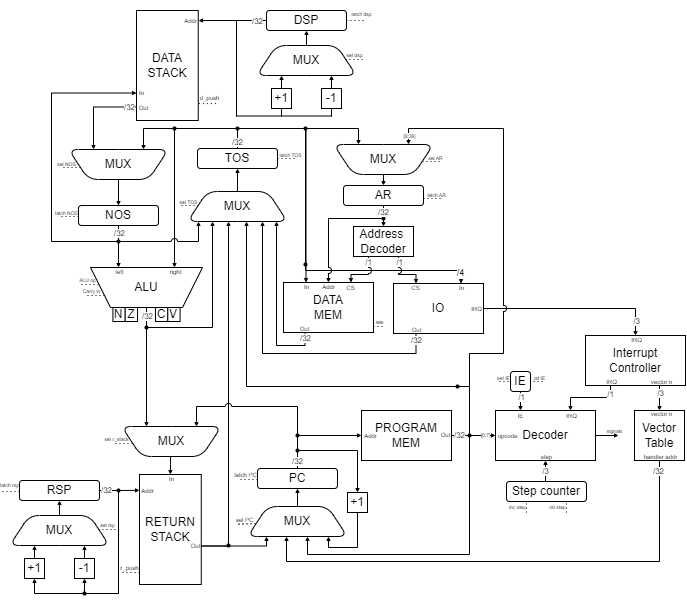
Above: docs/scheme/scheme.png in lysmux/csa-ak-4 (draw.io), before the change. Source tidied: cells renumbered, new cells last; positions are measured from the earlier drawing's top-left corner, leaving out a move shared by most shapes.
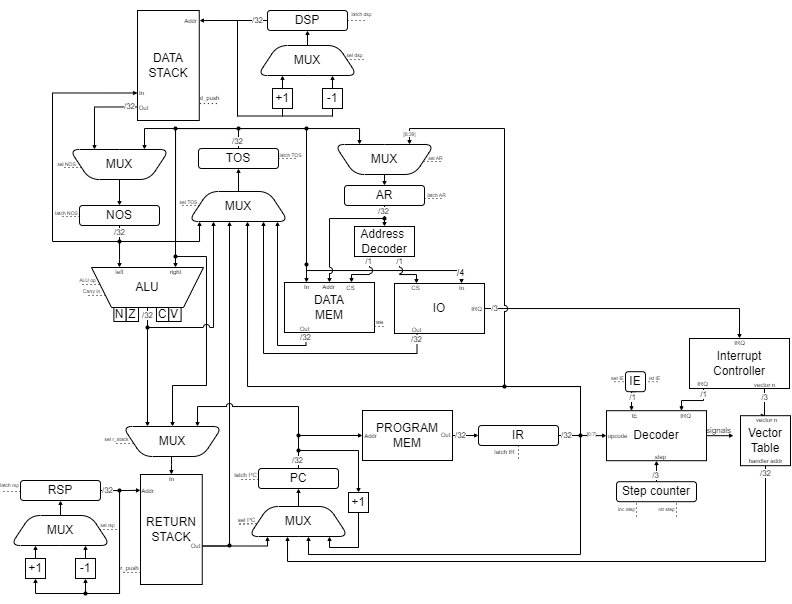
Above is the later version.

What changed in the source:
```diff
@@ -86,6 +86,18 @@
         </Array>
       </mxGeometry>
     </mxCell>
+    <mxCell id="199" style="edgeStyle=orthogonalEdgeStyle;rounded=0;jettySize=auto;html=1;exitX=0.5;exitY=0;exitDx=0;exitDy=0;endSize=2;entryX=0.5;entryY=1;entryDx=0;entryDy=0;jumpStyle=arc;" parent="1" edge="1" source="20" target="120">
+      <mxGeometry relative="1" as="geometry">
+        <Array as="points">
+          <mxPoint x="235" y="129" />
+          <mxPoint x="172" y="129" />
+          <mxPoint x="172" y="257" />
+          <mxPoint x="203" y="257" />
+          <mxPoint x="203" y="386" />
+          <mxPoint x="169" y="386" />
+        </Array>
+      </mxGeometry>
+    </mxCell>
     <mxCell id="20" value="TOS" style="rounded=1;whiteSpace=wrap;html=1;" parent="1" vertex="1">
       <mxGeometry x="195" y="149" width="80" height="20" as="geometry" />
     </mxCell>
@@ -148,7 +160,7 @@
     </mxCell>
     <mxCell id="31" value="&lt;font&gt;/3&lt;/font&gt;" style="edgeLabel;html=1;align=center;verticalAlign=middle;fontSize=8;" parent="30" vertex="1">
       <mxGeometry x="0.81" relative="1" as="geometry">
-        <mxPoint y="2" as="offset" />
+        <mxPoint x="-245" y="-4" as="offset" />
       </mxGeometry>
     </mxCell>
     <mxCell id="32" value="IO" style="whiteSpace=wrap;html=1;direction=north;" parent="1" vertex="1">
@@ -256,7 +268,7 @@
     <mxCell id="56" style="endArrow=classic;html=1;rounded=0;entryX=0.5;entryY=0;entryDx=0;entryDy=0;exitX=0.5;exitY=0;exitDx=0;exitDy=0;endFill=1;endSize=2;startSize=2;" parent="1" edge="1" source="29" target="28">
       <mxGeometry relative="1" as="geometry" />
     </mxCell>
-    <mxCell id="57" style="edgeStyle=orthogonalEdgeStyle;rounded=0;jettySize=auto;html=1;exitX=0.5;exitY=0;exitDx=0;exitDy=0;entryX=0.25;entryY=1;entryDx=0;entryDy=0;endSize=2;entryPerimeter=0;" parent="1" edge="1" source="45" target="25">
+    <mxCell id="57" style="edgeStyle=orthogonalEdgeStyle;rounded=0;jettySize=auto;html=1;exitX=0.5;exitY=0;exitDx=0;exitDy=0;entryX=0.25;entryY=1;entryDx=0;entryDy=0;endSize=2;entryPerimeter=0;jumpStyle=arc;" parent="1" edge="1" source="45" target="25">
       <mxGeometry relative="1" as="geometry">
         <Array as="points">
           <mxPoint x="144" y="328" />
@@ -403,7 +415,7 @@
         <mxPoint x="-1" y="2" as="offset" />
       </mxGeometry>
     </mxCell>
-    <mxCell id="89" style="edgeStyle=orthogonalEdgeStyle;rounded=0;jettySize=auto;html=1;entryX=0;entryY=0.5;entryDx=0;entryDy=0;endSize=2;" parent="1" edge="1" source="152" target="109">
+    <mxCell id="89" style="edgeStyle=orthogonalEdgeStyle;rounded=0;jettySize=auto;html=1;entryX=0;entryY=0.5;entryDx=0;entryDy=0;endSize=2;exitX=1;exitY=0.5;exitDx=0;exitDy=0;" parent="1" edge="1" source="204" target="109">
       <mxGeometry relative="1" as="geometry" />
     </mxCell>
     <mxCell id="90" value="&lt;font&gt;[0:7]&lt;/font&gt;" style="edgeLabel;html=1;align=center;verticalAlign=middle;fontSize=5;" parent="89" vertex="1">
@@ -411,12 +423,12 @@
         <mxPoint x="-6" y="-2" as="offset" />
       </mxGeometry>
     </mxCell>
-    <mxCell id="91" style="edgeStyle=orthogonalEdgeStyle;rounded=0;jettySize=auto;html=1;exitX=0.5;exitY=0;exitDx=0;exitDy=0;entryX=0.25;entryY=1;entryDx=0;entryDy=0;jumpStyle=arc;endSize=2;" parent="1" edge="1" source="93" target="29">
+    <mxCell id="91" style="edgeStyle=orthogonalEdgeStyle;rounded=0;jettySize=auto;html=1;exitX=1;exitY=0.5;exitDx=0;exitDy=0;entryX=0.25;entryY=1;entryDx=0;entryDy=0;jumpStyle=arc;endSize=2;" parent="1" edge="1" source="204" target="29">
       <mxGeometry relative="1" as="geometry">
         <Array as="points">
-          <mxPoint x="467" y="436" />
-          <mxPoint x="467" y="354" />
-          <mxPoint x="501" y="354" />
+          <mxPoint x="577" y="436" />
+          <mxPoint x="577" y="387" />
+          <mxPoint x="501" y="387" />
           <mxPoint x="501" y="129" />
           <mxPoint x="406" y="129" />
         </Array>
@@ -427,6 +439,9 @@
         <mxPoint y="-1" as="offset" />
       </mxGeometry>
     </mxCell>
+    <mxCell id="200" style="edgeStyle=orthogonalEdgeStyle;rounded=0;jettySize=auto;html=1;exitX=0.5;exitY=0;exitDx=0;exitDy=0;entryX=0;entryY=0.5;entryDx=0;entryDy=0;endSize=2;" parent="1" edge="1" source="93" target="204">
+      <mxGeometry relative="1" as="geometry" />
+    </mxCell>
     <mxCell id="93" value="&lt;div&gt;PROGRAM&lt;/div&gt;&lt;div&gt;MEM&lt;/div&gt;" style="whiteSpace=wrap;html=1;direction=south;" parent="1" vertex="1">
       <mxGeometry x="359" y="411" width="90" height="50" as="geometry" />
     </mxCell>
@@ -499,11 +514,11 @@
     </mxCell>
     <mxCell id="108" style="edgeStyle=orthogonalEdgeStyle;rounded=0;jettySize=auto;html=1;exitX=1;exitY=0.5;exitDx=0;exitDy=0;endSize=2;" parent="1" edge="1" source="109">
       <mxGeometry relative="1" as="geometry">
-        <mxPoint x="616" y="436" as="targetPoint" />
+        <mxPoint x="730" y="436.2" as="targetPoint" />
       </mxGeometry>
     </mxCell>
     <mxCell id="109" value="Decoder" style="rounded=0;whiteSpace=wrap;html=1;" parent="1" vertex="1">
-      <mxGeometry x="493" y="411" width="100" height="50" as="geometry" />
+      <mxGeometry x="603" y="411.2" width="100" height="50" as="geometry" />
     </mxCell>
     <mxCell id="110" style="edgeStyle=orthogonalEdgeStyle;rounded=0;jettySize=auto;html=1;exitX=0.5;exitY=0;exitDx=0;exitDy=0;entryX=0.25;entryY=1;entryDx=0;entryDy=0;endSize=2;jumpStyle=arc;" parent="1" edge="1" source="113" target="120">
       <mxGeometry relative="1" as="geometry">
@@ -528,12 +543,10 @@
     <mxCell id="113" value="PC" style="rounded=1;whiteSpace=wrap;html=1;" parent="1" vertex="1">
       <mxGeometry x="255" y="469" width="80" height="20" as="geometry" />
     </mxCell>
-    <mxCell id="114" style="edgeStyle=orthogonalEdgeStyle;rounded=0;jettySize=auto;html=1;exitX=0.75;exitY=1;exitDx=0;exitDy=0;entryX=0.5;entryY=0;entryDx=0;entryDy=0;endSize=2;" parent="1" edge="1" target="130">
+    <mxCell id="114" style="edgeStyle=orthogonalEdgeStyle;rounded=0;jettySize=auto;html=1;exitX=0.75;exitY=1;exitDx=0;exitDy=0;entryX=0.5;entryY=0;entryDx=0;entryDy=0;endSize=2;" parent="1" edge="1" source="118" target="130">
       <mxGeometry relative="1" as="geometry">
-        <mxPoint x="657" y="386" as="sourcePoint" />
         <Array as="points">
-          <mxPoint x="657" y="409" />
-          <mxPoint x="657" y="409" />
+          <mxPoint x="761" y="416" />
         </Array>
       </mxGeometry>
     </mxCell>
@@ -545,18 +558,19 @@
     <mxCell id="116" style="edgeStyle=orthogonalEdgeStyle;rounded=0;jettySize=auto;html=1;exitX=0.25;exitY=1;exitDx=0;exitDy=0;entryX=0.75;entryY=0;entryDx=0;entryDy=0;endSize=2;" parent="1" edge="1" source="118" target="109">
       <mxGeometry relative="1" as="geometry">
         <Array as="points">
-          <mxPoint x="608" y="398" />
-          <mxPoint x="568" y="398" />
+          <mxPoint x="700" y="389" />
+          <mxPoint x="700" y="401" />
+          <mxPoint x="678" y="401" />
         </Array>
       </mxGeometry>
     </mxCell>
     <mxCell id="117" value="/1" style="edgeLabel;html=1;align=center;verticalAlign=middle;fontSize=8;" parent="116" vertex="1">
       <mxGeometry x="0.67" relative="1" as="geometry">
-        <mxPoint x="39" y="-6" as="offset" />
+        <mxPoint x="22" y="-8" as="offset" />
       </mxGeometry>
     </mxCell>
     <mxCell id="118" value="Interrupt&lt;div&gt;Controller&lt;/div&gt;" style="rounded=0;whiteSpace=wrap;html=1;" parent="1" vertex="1">
-      <mxGeometry x="583" y="336" width="100" height="50" as="geometry" />
+      <mxGeometry x="686" y="339" width="100" height="50" as="geometry" />
     </mxCell>
     <mxCell id="119" style="edgeStyle=orthogonalEdgeStyle;rounded=0;jettySize=auto;html=1;entryX=0.5;entryY=0;entryDx=0;entryDy=0;endSize=2;" parent="1" edge="1" source="120" target="105">
       <mxGeometry relative="1" as="geometry">
@@ -597,11 +611,11 @@
         <mxPoint x="-24" as="offset" />
       </mxGeometry>
     </mxCell>
-    <mxCell id="128" style="edgeStyle=orthogonalEdgeStyle;rounded=0;jettySize=auto;html=1;entryX=0.6;entryY=1;entryDx=0;entryDy=0;exitX=0.5;exitY=0;exitDx=0;exitDy=0;endSize=2;entryPerimeter=0;" parent="1" edge="1" source="93" target="123">
+    <mxCell id="128" style="edgeStyle=orthogonalEdgeStyle;rounded=0;jettySize=auto;html=1;entryX=0.6;entryY=1;entryDx=0;entryDy=0;exitX=1;exitY=0.5;exitDx=0;exitDy=0;endSize=2;entryPerimeter=0;" parent="1" edge="1" source="204" target="123">
       <mxGeometry relative="1" as="geometry">
         <Array as="points">
-          <mxPoint x="467" y="436" />
-          <mxPoint x="467" y="555" />
+          <mxPoint x="577" y="436" />
+          <mxPoint x="577" y="555" />
           <mxPoint x="305" y="555" />
         </Array>
       </mxGeometry>
@@ -609,33 +623,36 @@
     <mxCell id="129" style="edgeStyle=orthogonalEdgeStyle;rounded=0;jettySize=auto;html=1;entryX=0.39;entryY=1;entryDx=0;entryDy=0;endSize=2;entryPerimeter=0;exitX=0.5;exitY=1;exitDx=0;exitDy=0;" parent="1" edge="1" source="130" target="123">
       <mxGeometry relative="1" as="geometry">
         <Array as="points">
-          <mxPoint x="657" y="562" />
+          <mxPoint x="762" y="562" />
           <mxPoint x="284" y="562" />
         </Array>
       </mxGeometry>
     </mxCell>
+    <mxCell id="201" value="/32" style="edgeLabel;html=1;align=center;verticalAlign=middle;fontSize=8;" parent="129" vertex="1">
+      <mxGeometry x="-0.98" relative="1" as="geometry" />
+    </mxCell>
     <mxCell id="130" value="Vector&lt;div&gt;Table&lt;/div&gt;" style="rounded=0;whiteSpace=wrap;html=1;" parent="1" vertex="1">
-      <mxGeometry x="632" y="411" width="50" height="50" as="geometry" />
+      <mxGeometry x="737" y="416.2" width="50" height="50" as="geometry" />
     </mxCell>
     <mxCell id="131" value="&lt;font style=&quot;font-size: 6px;&quot;&gt;IRQ&lt;/font&gt;" style="edgeLabel;html=1;align=center;verticalAlign=bottom;labelPosition=center;verticalLabelPosition=top;labelBackgroundColor=none;spacing=0;" parent="1" vertex="1">
-      <mxGeometry x="632" y="345" as="geometry">
+      <mxGeometry x="735" y="348" as="geometry">
         <mxPoint x="1" as="offset" />
       </mxGeometry>
     </mxCell>
-    <mxCell id="132" style="edgeStyle=orthogonalEdgeStyle;rounded=0;jettySize=auto;html=1;entryX=0.5;entryY=1;entryDx=0;entryDy=0;endSize=2;" parent="1" edge="1" source="133" target="109">
+    <mxCell id="132" style="edgeStyle=orthogonalEdgeStyle;rounded=0;jettySize=auto;html=1;entryX=0.5;entryY=1;entryDx=0;entryDy=0;endSize=2;exitX=0.5;exitY=0;exitDx=0;exitDy=0;" parent="1" edge="1" source="133" target="109">
       <mxGeometry relative="1" as="geometry">
         <Array as="points">
-          <mxPoint x="543" y="472" />
-          <mxPoint x="543" y="472" />
+          <mxPoint x="653" y="477" />
+          <mxPoint x="653" y="477" />
         </Array>
       </mxGeometry>
     </mxCell>
     <mxCell id="133" value="Step counter" style="rounded=1;whiteSpace=wrap;html=1;" parent="1" vertex="1">
-      <mxGeometry x="504" y="482" width="80" height="20" as="geometry" />
+      <mxGeometry x="613" y="482.2" width="80" height="20" as="geometry" />
     </mxCell>
     <mxCell id="134" style="endArrow=none;dashed=1;html=1;dashPattern=1 3;strokeWidth=1;rounded=0;entryX=0.25;entryY=1;entryDx=0;entryDy=0;" parent="1" edge="1" target="133">
       <mxGeometry relative="1" as="geometry">
-        <mxPoint x="524" y="513" as="sourcePoint" />
+        <mxPoint x="633" y="517" as="sourcePoint" />
       </mxGeometry>
     </mxCell>
     <mxCell id="135" value="&lt;span style=&quot;font-size: 5px;&quot;&gt;inc step&lt;/span&gt;" style="edgeLabel;html=1;align=center;verticalAlign=bottom;labelPosition=center;verticalLabelPosition=top;labelBackgroundColor=none;" parent="134" vertex="1">
@@ -645,7 +662,7 @@
     </mxCell>
     <mxCell id="136" style="endArrow=none;dashed=1;html=1;dashPattern=1 3;strokeWidth=1;rounded=0;entryX=0.75;entryY=1;entryDx=0;entryDy=0;" parent="1" edge="1" target="133">
       <mxGeometry relative="1" as="geometry">
-        <mxPoint x="564" y="513" as="sourcePoint" />
+        <mxPoint x="673" y="517" as="sourcePoint" />
       </mxGeometry>
     </mxCell>
     <mxCell id="137" value="&lt;span style=&quot;font-size: 5px;&quot;&gt;rst step&lt;/span&gt;" style="edgeLabel;html=1;align=center;verticalAlign=bottom;labelPosition=center;verticalLabelPosition=top;labelBackgroundColor=none;" parent="136" vertex="1">
@@ -659,22 +676,22 @@
       </mxGeometry>
     </mxCell>
     <mxCell id="139" value="&lt;font style=&quot;font-size: 6px;&quot;&gt;vector n&lt;/font&gt;" style="edgeLabel;html=1;align=center;verticalAlign=bottom;labelPosition=center;verticalLabelPosition=top;labelBackgroundColor=none;spacing=0;" parent="1" vertex="1">
-      <mxGeometry x="657" y="419" as="geometry">
+      <mxGeometry x="762" y="425" as="geometry">
         <mxPoint x="1" as="offset" />
       </mxGeometry>
     </mxCell>
     <mxCell id="140" value="&lt;font style=&quot;font-size: 6px;&quot;&gt;vector n&lt;/font&gt;" style="edgeLabel;html=1;align=center;verticalAlign=bottom;labelPosition=center;verticalLabelPosition=top;labelBackgroundColor=none;spacing=0;" parent="1" vertex="1">
-      <mxGeometry x="657" y="387" as="geometry">
+      <mxGeometry x="760" y="390" as="geometry">
         <mxPoint x="1" as="offset" />
       </mxGeometry>
     </mxCell>
     <mxCell id="141" value="&lt;font style=&quot;font-size: 6px;&quot;&gt;step&lt;/font&gt;" style="edgeLabel;html=1;align=center;verticalAlign=bottom;labelPosition=center;verticalLabelPosition=top;labelBackgroundColor=none;spacing=0;" parent="1" vertex="1">
-      <mxGeometry x="542" y="462" as="geometry">
+      <mxGeometry x="656" y="462.2" as="geometry">
         <mxPoint x="1" as="offset" />
       </mxGeometry>
     </mxCell>
     <mxCell id="142" value="&lt;font style=&quot;font-size: 6px;&quot;&gt;opcode&lt;/font&gt;" style="edgeLabel;html=1;align=center;verticalAlign=bottom;labelPosition=center;verticalLabelPosition=top;labelBackgroundColor=none;spacing=0;" parent="1" vertex="1">
-      <mxGeometry x="503" y="441" as="geometry">
+      <mxGeometry x="613" y="441.2" as="geometry">
         <mxPoint x="1" as="offset" />
       </mxGeometry>
     </mxCell>
@@ -682,11 +699,11 @@
       <mxGeometry relative="1" as="geometry" />
     </mxCell>
     <mxCell id="144" value="IE" style="rounded=1;whiteSpace=wrap;html=1;" parent="1" vertex="1">
-      <mxGeometry x="508" y="372" width="20" height="20" as="geometry" />
+      <mxGeometry x="622" y="372.2" width="20" height="20" as="geometry" />
     </mxCell>
     <mxCell id="145" style="endArrow=none;dashed=1;html=1;dashPattern=1 3;strokeWidth=1;rounded=0;entryX=0;entryY=0.5;entryDx=0;entryDy=0;" parent="1" edge="1" target="144">
       <mxGeometry relative="1" as="geometry">
-        <mxPoint x="497" y="382" as="sourcePoint" />
+        <mxPoint x="611" y="382.2" as="sourcePoint" />
       </mxGeometry>
     </mxCell>
     <mxCell id="146" value="&lt;span style=&quot;font-size: 5px;&quot;&gt;set IE&lt;/span&gt;" style="edgeLabel;html=1;align=center;verticalAlign=bottom;labelPosition=center;verticalLabelPosition=top;labelBackgroundColor=none;" parent="145" vertex="1">
@@ -696,8 +713,8 @@
     </mxCell>
     <mxCell id="147" style="endArrow=none;dashed=1;html=1;dashPattern=1 3;strokeWidth=1;rounded=0;" parent="1" edge="1">
       <mxGeometry relative="1" as="geometry">
-        <mxPoint x="531" y="382" as="sourcePoint" />
-        <mxPoint x="543" y="382" as="targetPoint" />
+        <mxPoint x="645" y="382.2" as="sourcePoint" />
+        <mxPoint x="657" y="382.2" as="targetPoint" />
       </mxGeometry>
     </mxCell>
     <mxCell id="148" value="&lt;span style=&quot;font-size: 5px;&quot;&gt;rst IE&lt;/span&gt;" style="edgeLabel;html=1;align=center;verticalAlign=bottom;labelPosition=center;verticalLabelPosition=top;labelBackgroundColor=none;" parent="147" vertex="1">
@@ -705,22 +722,19 @@
         <mxPoint x="-1" y="3" as="offset" />
       </mxGeometry>
     </mxCell>
-    <mxCell id="149" value="&lt;span style=&quot;font-size: 5px;&quot;&gt;signals&lt;/span&gt;" style="edgeLabel;html=1;align=center;verticalAlign=bottom;labelPosition=center;verticalLabelPosition=top;labelBackgroundColor=none;" parent="1" vertex="1">
-      <mxGeometry x="611" y="438" as="geometry" />
+    <mxCell id="149" value="&lt;font&gt;signals&lt;/font&gt;" style="edgeLabel;html=1;align=center;verticalAlign=bottom;labelPosition=center;verticalLabelPosition=top;labelBackgroundColor=none;fontSize=8;" parent="1" vertex="1">
+      <mxGeometry x="715" y="438.2" as="geometry" />
     </mxCell>
     <mxCell id="150" value="&lt;font style=&quot;font-size: 6px;&quot;&gt;IRQ&lt;/font&gt;" style="edgeLabel;html=1;align=center;verticalAlign=bottom;labelPosition=center;verticalLabelPosition=top;labelBackgroundColor=none;spacing=0;" parent="1" vertex="1">
-      <mxGeometry x="607" y="387" as="geometry">
+      <mxGeometry x="698" y="389" as="geometry">
         <mxPoint x="1" as="offset" />
       </mxGeometry>
     </mxCell>
     <mxCell id="151" value="&lt;span style=&quot;font-size: 6px;&quot;&gt;IRQ&lt;/span&gt;" style="edgeLabel;html=1;align=center;verticalAlign=bottom;labelPosition=center;verticalLabelPosition=top;labelBackgroundColor=none;spacing=0;" parent="1" vertex="1">
-      <mxGeometry x="567" y="421" as="geometry">
+      <mxGeometry x="681" y="421.2" as="geometry">
         <mxPoint x="1" as="offset" />
       </mxGeometry>
     </mxCell>
-    <mxCell id="152" style="shape=waypoint;sketch=0;fillStyle=solid;size=6;points=[];fillColor=none;perimeter=centerPerimeter;snapToPoint=1;strokeWidth=0;" parent="1" vertex="1">
-      <mxGeometry x="457" y="426" width="20" height="20" as="geometry" />
-    </mxCell>
     <mxCell id="153" style="shape=waypoint;sketch=0;fillStyle=solid;size=6;fillColor=none;perimeter=centerPerimeter;strokeWidth=0;" parent="1" vertex="1">
       <mxGeometry x="134" y="318" width="20" height="20" as="geometry" />
     </mxCell>
@@ -764,7 +778,7 @@
       </mxGeometry>
     </mxCell>
     <mxCell id="162" value="&lt;font style=&quot;font-size: 6px;&quot;&gt;handler addr&lt;/font&gt;" style="edgeLabel;html=1;align=center;verticalAlign=bottom;labelPosition=center;verticalLabelPosition=top;labelBackgroundColor=none;spacing=0;" parent="1" vertex="1">
-      <mxGeometry x="656" y="462" as="geometry">
+      <mxGeometry x="761" y="466" as="geometry">
         <mxPoint x="1" as="offset" />
       </mxGeometry>
     </mxCell>
@@ -802,19 +816,23 @@
     <mxCell id="171" style="shape=waypoint;sketch=0;fillStyle=solid;size=6;fillColor=none;perimeter=centerPerimeter;strokeWidth=0;" parent="1" vertex="1">
       <mxGeometry x="285" y="426" width="20" height="20" as="geometry" />
     </mxCell>
-    <mxCell id="172" style="edgeStyle=orthogonalEdgeStyle;rounded=0;orthogonalLoop=1;jettySize=auto;html=1;entryX=0.58;entryY=1;entryDx=0;entryDy=0;entryPerimeter=0;endSize=2;" parent="1" edge="1">
+    <mxCell id="172" style="edgeStyle=orthogonalEdgeStyle;rounded=0;jettySize=auto;html=1;entryX=0.58;entryY=1;entryDx=0;entryDy=0;entryPerimeter=0;endSize=2;exitX=1;exitY=0.5;exitDx=0;exitDy=0;" parent="1" edge="1" source="204">
       <mxGeometry relative="1" as="geometry">
-        <mxPoint x="454" y="436" as="sourcePoint" />
         <mxPoint x="244" y="222" as="targetPoint" />
         <Array as="points">
-          <mxPoint x="467" y="436" />
-          <mxPoint x="467" y="387" />
+          <mxPoint x="577" y="436" />
+          <mxPoint x="577" y="387" />
           <mxPoint x="244" y="387" />
         </Array>
       </mxGeometry>
     </mxCell>
+    <mxCell id="202" value="/32" style="edgeLabel;html=1;align=center;verticalAlign=middle;fontSize=8;" parent="172" vertex="1">
+      <mxGeometry x="-0.98" relative="1" as="geometry">
+        <mxPoint x="1" as="offset" />
+      </mxGeometry>
+    </mxCell>
     <mxCell id="173" style="shape=waypoint;sketch=0;fillStyle=solid;size=6;fillColor=none;perimeter=centerPerimeter;strokeWidth=0;" parent="1" vertex="1">
-      <mxGeometry x="445" y="377" width="20" height="20" as="geometry" />
+      <mxGeometry x="491" y="377" width="20" height="20" as="geometry" />
     </mxCell>
     <mxCell id="174" style="endArrow=none;dashed=1;html=1;dashPattern=1 3;strokeWidth=1;rounded=0;exitX=1;exitY=0.75;exitDx=0;exitDy=0;" parent="1" edge="1">
       <mxGeometry relative="1" as="geometry">
@@ -851,7 +869,7 @@
       <mxGeometry x="285" y="441" width="20" height="20" as="geometry" />
     </mxCell>
     <mxCell id="181" value="&lt;span style=&quot;font-size: 6px;&quot;&gt;IE&lt;/span&gt;" style="edgeLabel;html=1;align=center;verticalAlign=bottom;labelPosition=center;verticalLabelPosition=top;labelBackgroundColor=none;spacing=0;" parent="1" vertex="1">
-      <mxGeometry x="516" y="421" as="geometry">
+      <mxGeometry x="630" y="421.2" as="geometry">
         <mxPoint x="1" as="offset" />
       </mxGeometry>
     </mxCell>
@@ -889,13 +907,8 @@
         <mxPoint x="6" y="21" as="offset" />
       </mxGeometry>
     </mxCell>
-    <mxCell id="190" value="/32" style="edgeLabel;html=1;align=center;verticalAlign=middle;fontSize=8;" parent="1" vertex="1">
-      <mxGeometry x="151" y="448" as="geometry">
-        <mxPoint x="505" y="24" as="offset" />
-      </mxGeometry>
-    </mxCell>
     <mxCell id="191" value="/1" style="edgeLabel;html=1;align=center;verticalAlign=middle;fontSize=8;" parent="1" vertex="1">
-      <mxGeometry x="518" y="398" as="geometry" />
+      <mxGeometry x="629" y="398" as="geometry" />
     </mxCell>
     <mxCell id="192" value="/32" style="edgeLabel;html=1;align=center;verticalAlign=middle;fontSize=8;" parent="1" vertex="1">
       <mxGeometry x="374" y="191" as="geometry">
@@ -923,12 +936,36 @@
       </mxGeometry>
     </mxCell>
     <mxCell id="197" value="/32" style="edgeLabel;html=1;align=center;verticalAlign=middle;fontSize=8;" parent="1" vertex="1">
-      <mxGeometry x="519" y="400" as="geometry">
+      <mxGeometry x="520" y="400" as="geometry">
         <mxPoint x="-63" y="36" as="offset" />
       </mxGeometry>
     </mxCell>
     <mxCell id="198" value="/3" style="edgeLabel;html=1;align=center;verticalAlign=middle;fontSize=8;" parent="1" vertex="1">
-      <mxGeometry x="542" y="472" as="geometry" />
+      <mxGeometry x="659" y="476" as="geometry">
+        <mxPoint x="-7" as="offset" />
+      </mxGeometry>
     </mxCell>
+    <mxCell id="203" style="shape=waypoint;sketch=0;fillStyle=solid;size=6;fillColor=none;perimeter=centerPerimeter;strokeWidth=0;" parent="1" vertex="1">
+      <mxGeometry x="162" y="247" width="20" height="20" as="geometry" />
+    </mxCell>
+    <mxCell id="204" value="IR" style="rounded=1;whiteSpace=wrap;html=1;" parent="1" vertex="1">
+      <mxGeometry x="475" y="426" width="80" height="20" as="geometry" />
+    </mxCell>
+    <mxCell id="205" style="endArrow=none;dashed=1;html=1;dashPattern=1 3;strokeWidth=1;rounded=0;exitX=0.5;exitY=1;exitDx=0;exitDy=0;" parent="1" edge="1" source="204">
+      <mxGeometry relative="1" as="geometry">
+        <mxPoint x="515" y="461" as="targetPoint" />
+        <Array as="points">
+          <mxPoint x="515" y="461" />
+        </Array>
+      </mxGeometry>
+    </mxCell>
+    <mxCell id="206" value="&lt;font style=&quot;font-size: 6px;&quot;&gt;latch IR&lt;/font&gt;" style="edgeLabel;html=1;align=center;verticalAlign=bottom;labelPosition=center;verticalLabelPosition=top;labelBackgroundColor=none;" parent="205" vertex="1">
+      <mxGeometry relative="1" as="geometry">
+        <mxPoint x="-14" y="6" as="offset" />
+      </mxGeometry>
+    </mxCell>
+    <mxCell id="207" style="shape=waypoint;sketch=0;fillStyle=solid;size=6;fillColor=none;perimeter=centerPerimeter;strokeWidth=0;" parent="1" vertex="1">
+      <mxGeometry x="567" y="426" width="20" height="20" as="geometry" />
+    </mxCell>
   </root>
 </mxGraphModel>
```
